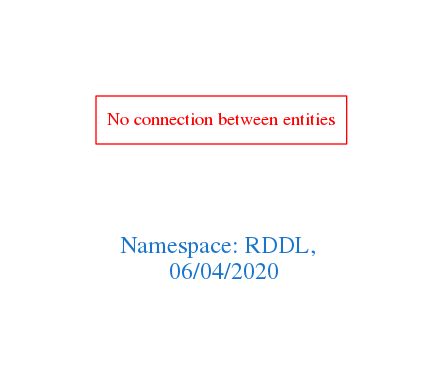
The Graphviz diagram downloads/RDDL.png in arago/OGIT, before a commit. Its source is kept beside it as downloads/RDDL.dot.
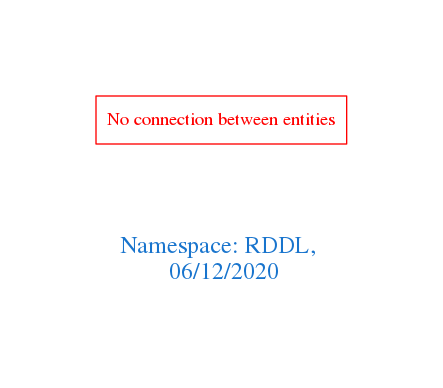
The same file after the commit.

Change to the diagram source:
```diff
@@ -1,7 +1,7 @@
 digraph OGIT_ontology {
  graph [ rankdir= LR,pad=1
 fontsize = 18,
-fontcolor= dodgerblue3,label = "\n\n\nNamespace: RDDL, \n 06/04/2020"];
+fontcolor= dodgerblue3,label = "\n\n\nNamespace: RDDL, \n 06/12/2020"];
 node[shape=polygon];
 edge [  color="gray81"];
 
```
